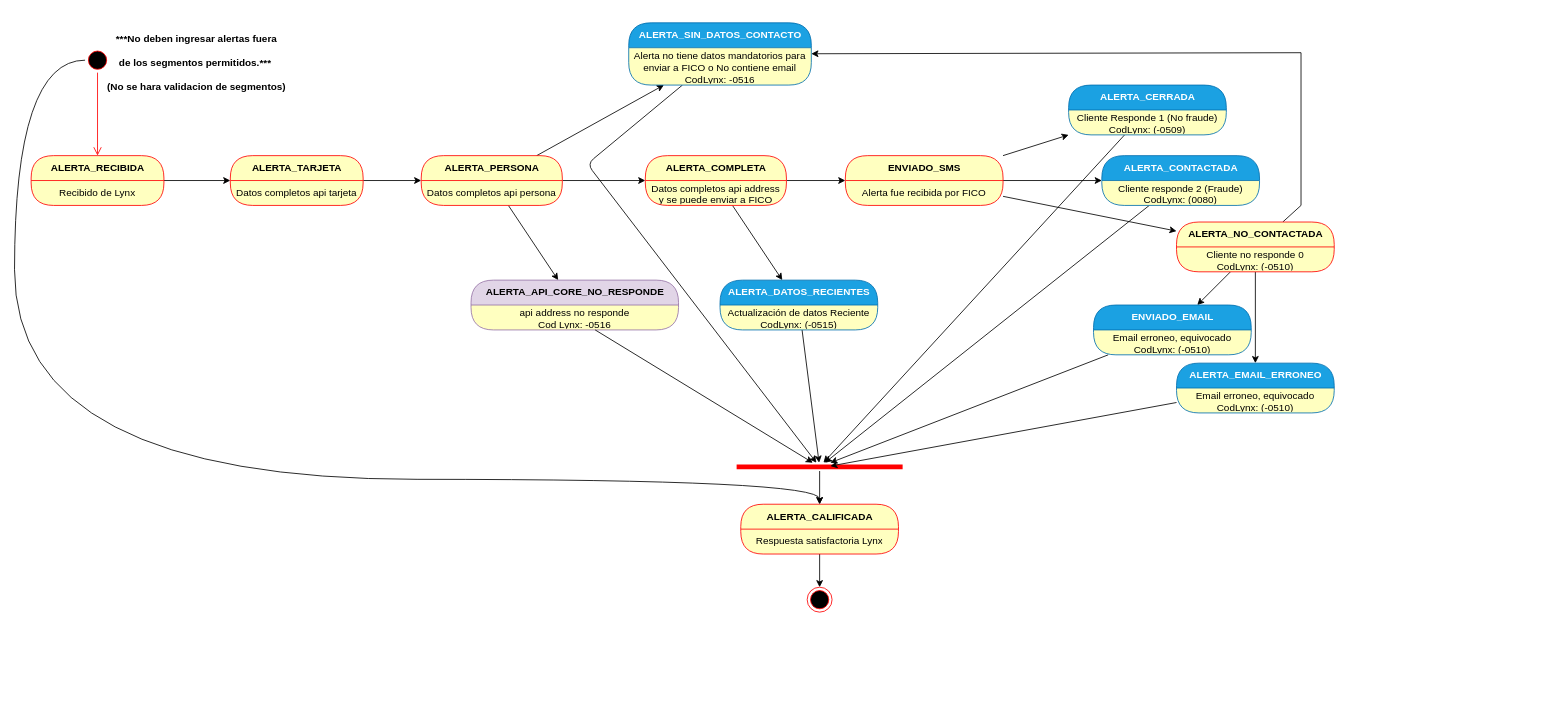
Before: EstadosLynx.drawio in zolymo/diagrams, a draw.io diagram. Source tidied: cells renumbered, new cells numbered last; positions are measured from the earlier drawing's top-left corner, leaving out a move shared by most shapes. Both pictures are drawn from the tidied source at 83%, with x=0, y=0 at pixel (14, 14).
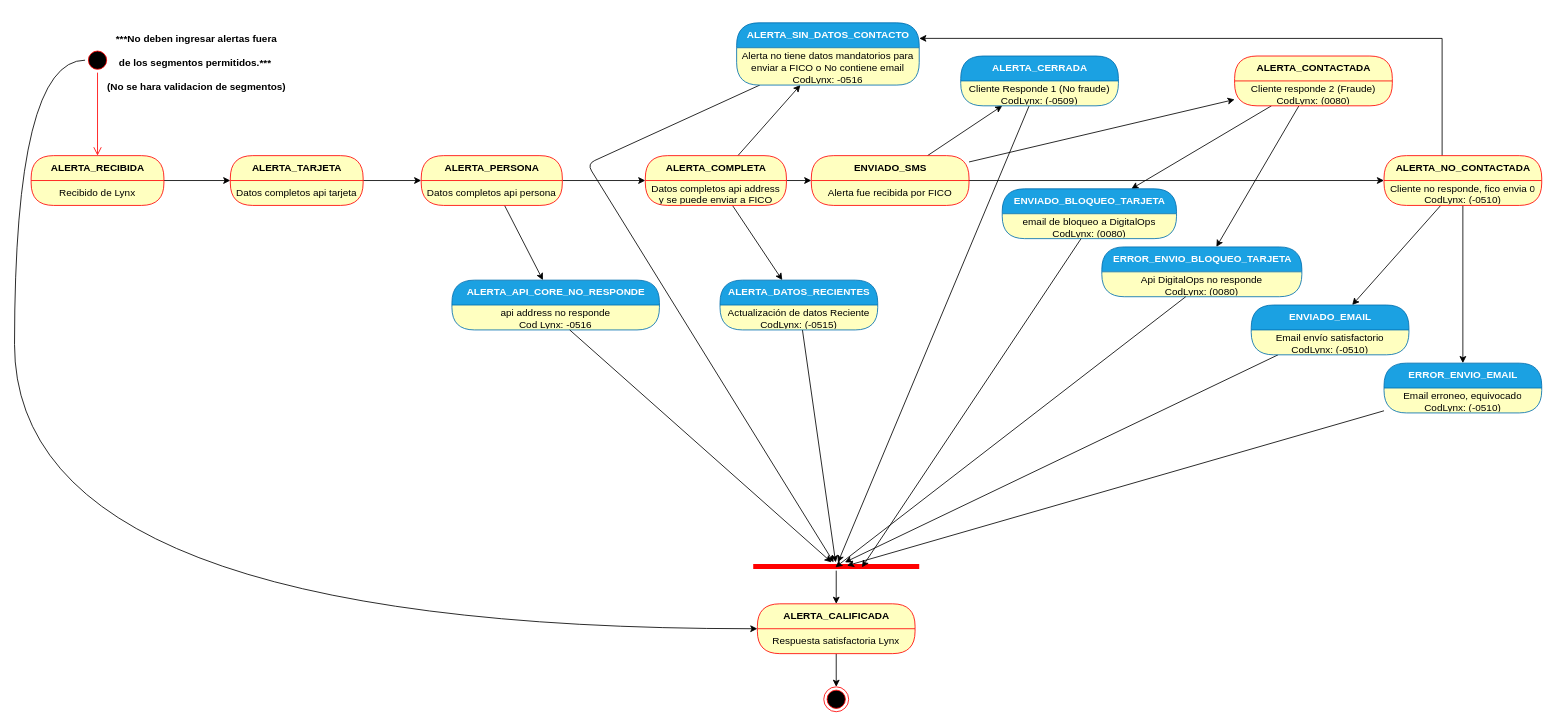
Above is the later version.

Unchanged cells that the change refers to:
```xml
<mxCell id="15" value="ALERTA_PERSONA" style="swimlane;html=1;fontStyle=1;align=center;verticalAlign=middle;horizontal=1;startSize=30;fontColor=#000000;rounded=1;arcSize=30;strokeColor=#ff0000;fillColor=#ffffc0;swimlaneFillColor=#ffffc0;" parent="1" vertex="1">
  <mxGeometry x="490" y="170" width="170" height="60" as="geometry" />
</mxCell>
<mxCell id="19" value="ALERTA_COMPLETA" style="swimlane;html=1;fontStyle=1;align=center;verticalAlign=middle;horizontal=1;startSize=30;fontColor=#000000;rounded=1;arcSize=30;strokeColor=#ff0000;fillColor=#ffffc0;swimlaneFillColor=#ffffc0;" parent="1" vertex="1">
  <mxGeometry x="760" y="170" width="170" height="60" as="geometry" />
</mxCell>
<mxCell id="52" style="ellipse;html=1;shape=startState;fillColor=#000000;strokeColor=#ff0000;" parent="1" vertex="1">
  <mxGeometry x="85" y="40" width="30" height="30" as="geometry" />
</mxCell>
```

Diff of the diagram source:
```diff
@@
-    <mxCell id="2" style="rounded=1;jettySize=auto;html=1;" parent="1" edge="1" source="36" target="48">
-      <mxGeometry relative="1" as="geometry" />
-    </mxCell>
@@
-    <mxCell id="14" style="edgeStyle=none;rounded=0;jettySize=auto;html=1;" parent="1" edge="1" source="15" target="23">
+    <mxCell id="14" style="edgeStyle=none;rounded=0;jettySize=auto;html=1;" parent="1" edge="1" source="19" target="23">
       <mxGeometry relative="1" as="geometry" />
     </mxCell>
@@
-    <mxCell id="21" value="ALERTA_API_CORE_NO_RESPONDE" style="swimlane;html=1;fontStyle=1;align=center;verticalAlign=middle;horizontal=1;startSize=30;rounded=1;arcSize=30;strokeColor=#9673a6;fillColor=#e1d5e7;swimlaneFillColor=#ffffc0;" parent="1" vertex="1">
-      <mxGeometry x="550" y="320" width="250" height="60" as="geometry" />
+    <mxCell id="21" value="ALERTA_API_CORE_NO_RESPONDE" style="swimlane;html=1;fontStyle=1;align=center;verticalAlign=middle;horizontal=1;startSize=30;rounded=1;arcSize=30;strokeColor=#006EAF;fillColor=#1ba1e2;swimlaneFillColor=#ffffc0;fontColor=#ffffff;" parent="1" vertex="1">
+      <mxGeometry x="527" y="320" width="250" height="60" as="geometry" />
     </mxCell>
@@
     <mxCell id="23" value="ALERTA_SIN_DATOS_CONTACTO" style="swimlane;html=1;fontStyle=1;align=center;verticalAlign=middle;horizontal=1;startSize=30;fontColor=#ffffff;rounded=1;arcSize=30;strokeColor=#006EAF;fillColor=#1ba1e2;swimlaneFillColor=#ffffc0;" parent="1" vertex="1">
-      <mxGeometry x="740" y="10" width="220" height="75" as="geometry" />
+      <mxGeometry x="870" y="10" width="220" height="75" as="geometry" />
     </mxCell>
@@
-    <mxCell id="31" value="ENVIADO_SMS" style="swimlane;html=1;fontStyle=1;align=center;verticalAlign=middle;horizontal=1;startSize=30;fontColor=#000000;rounded=1;arcSize=30;strokeColor=#ff0000;fillColor=#ffffc0;swimlaneFillColor=#ffffc0;" parent="1" vertex="1">
-      <mxGeometry x="1001" y="170" width="190" height="60" as="geometry" />
+    <mxCell id="31" value="ENVIADO_SMS" style="swimlane;html=1;fontStyle=1;align=center;verticalAlign=middle;horizontal=1;startSize=30;fontColor=#000000;rounded=1;arcSize=30;strokeColor=#ff0000;swimlaneFillColor=#ffffc0;fillColor=#FFFFC0;" parent="1" vertex="1">
+      <mxGeometry x="960" y="170" width="190" height="60" as="geometry" />
     </mxCell>
@@
     <mxCell id="34" value="ALERTA_CERRADA" style="swimlane;html=1;fontStyle=1;align=center;verticalAlign=middle;horizontal=1;startSize=30;fontColor=#ffffff;rounded=1;arcSize=30;strokeColor=#006EAF;fillColor=#1ba1e2;swimlaneFillColor=#ffffc0;" parent="1" vertex="1">
-      <mxGeometry x="1270" y="85" width="190" height="60" as="geometry" />
+      <mxGeometry x="1140" y="50" width="190" height="60" as="geometry" />
     </mxCell>
@@
+    <mxCell id="60" style="rounded=0;jettySize=auto;html=1;" parent="1" edge="1" source="36" target="62">
+      <mxGeometry relative="1" as="geometry" />
+    </mxCell>
+    <mxCell id="61" style="edgeStyle=none;rounded=0;jettySize=auto;html=1;" parent="1" edge="1" source="36" target="65">
+      <mxGeometry relative="1" as="geometry" />
+    </mxCell>
-    <mxCell id="36" value="ALERTA_CONTACTADA" style="swimlane;html=1;fontStyle=1;align=center;verticalAlign=middle;horizontal=1;startSize=30;fontColor=#ffffff;rounded=1;arcSize=30;strokeColor=#006EAF;fillColor=#1ba1e2;swimlaneFillColor=#ffffc0;" parent="1" vertex="1">
-      <mxGeometry x="1310" y="170" width="190" height="60" as="geometry" />
+    <mxCell id="36" value="&lt;font color=&quot;#000000&quot;&gt;ALERTA_CONTACTADA&lt;/font&gt;" style="swimlane;html=1;fontStyle=1;align=center;verticalAlign=middle;horizontal=1;startSize=30;fontColor=#ffffff;rounded=1;arcSize=30;swimlaneFillColor=#ffffc0;fillColor=#FFFFC0;strokeColor=#FF0000;" parent="1" vertex="1">
+      <mxGeometry x="1470" y="50" width="190" height="60" as="geometry" />
     </mxCell>
@@
-    <mxCell id="39" style="edgeStyle=none;rounded=0;jettySize=auto;html=1;" parent="1" edge="1" source="42" target="23">
-      <mxGeometry relative="1" as="geometry">
-        <Array as="points">
-          <mxPoint x="1550" y="230" />
-          <mxPoint x="1550" y="46" />
-        </Array>
-      </mxGeometry>
-    </mxCell>
@@
+    <mxCell id="39" style="edgeStyle=orthogonalEdgeStyle;rounded=0;jettySize=auto;html=1;entryX=1;entryY=0.25;entryDx=0;entryDy=0;" parent="1" edge="1" source="42" target="23">
+      <mxGeometry relative="1" as="geometry">
+        <Array as="points">
+          <mxPoint x="1720" y="29" />
+        </Array>
+      </mxGeometry>
+    </mxCell>
     <mxCell id="42" value="&lt;font color=&quot;#000000&quot;&gt;ALERTA_NO_CONTACTADA&lt;/font&gt;" style="swimlane;html=1;fontStyle=1;align=center;verticalAlign=middle;horizontal=1;startSize=30;fontColor=#ffffff;rounded=1;arcSize=30;swimlaneFillColor=#ffffc0;fillColor=#FFFFC0;strokeColor=#FF0000;" parent="1" vertex="1">
-      <mxGeometry x="1400" y="250" width="190" height="60" as="geometry" />
+      <mxGeometry x="1650" y="170" width="190" height="60" as="geometry" />
     </mxCell>
-    <mxCell id="43" value="Cliente no responde 0&lt;br&gt;CodLynx:&amp;nbsp;(-0510)" style="text;html=1;strokeColor=none;fillColor=none;align=center;verticalAlign=middle;spacingLeft=4;spacingRight=4;whiteSpace=wrap;overflow=hidden;fontColor=#000000;" parent="42" vertex="1">
+    <mxCell id="43" value="Cliente no responde, fico envia 0&lt;br&gt;CodLynx:&amp;nbsp;(-0510)" style="text;html=1;strokeColor=none;fillColor=none;align=center;verticalAlign=middle;spacingLeft=4;spacingRight=4;whiteSpace=wrap;overflow=hidden;fontColor=#000000;" parent="42" vertex="1">
       <mxGeometry y="30" width="190" height="30" as="geometry" />
     </mxCell>
@@
     <mxCell id="45" value="ALERTA_CALIFICADA" style="swimlane;html=1;fontStyle=1;align=center;verticalAlign=middle;horizontal=1;startSize=30;fontColor=#000000;rounded=1;arcSize=30;strokeColor=#ff0000;fillColor=#ffffc0;swimlaneFillColor=#ffffc0;" parent="1" vertex="1">
-      <mxGeometry x="875" y="590" width="190" height="60" as="geometry" />
+      <mxGeometry x="895" y="710" width="190" height="60" as="geometry" />
     </mxCell>
@@
     <mxCell id="48" style="shape=line;html=1;strokeWidth=6;strokeColor=#ff0000;" parent="1" vertex="1">
-      <mxGeometry x="870" y="540" width="200" height="10" as="geometry" />
+      <mxGeometry x="890" y="660" width="200" height="10" as="geometry" />
     </mxCell>
@@
     <mxCell id="50" style="ellipse;html=1;shape=endState;fillColor=#000000;strokeColor=#ff0000;" parent="1" vertex="1">
-      <mxGeometry x="955" y="690" width="30" height="30" as="geometry" />
+      <mxGeometry x="975" y="810" width="30" height="30" as="geometry" />
     </mxCell>
     <mxCell id="51" style="edgeStyle=orthogonalEdgeStyle;rounded=0;jettySize=auto;html=1;curved=1;" parent="1" edge="1" source="52" target="45">
       <mxGeometry relative="1" as="geometry">
         <Array as="points">
           <mxPoint y="55" />
-          <mxPoint y="560" />
-          <mxPoint x="970" y="560" />
+          <mxPoint y="740" />
         </Array>
       </mxGeometry>
     </mxCell>
@@
-    <mxCell id="56" value="ALERTA_EMAIL_ERRONEO" style="swimlane;html=1;fontStyle=1;align=center;verticalAlign=middle;horizontal=1;startSize=30;rounded=1;arcSize=30;strokeColor=#006EAF;fillColor=#1ba1e2;swimlaneFillColor=#ffffc0;fontColor=#ffffff;" parent="1" vertex="1">
-      <mxGeometry x="1400" y="420" width="190" height="60" as="geometry" />
+    <mxCell id="56" value="ERROR_ENVIO_EMAIL" style="swimlane;html=1;fontStyle=1;align=center;verticalAlign=middle;horizontal=1;startSize=30;rounded=1;arcSize=30;strokeColor=#006EAF;fillColor=#1ba1e2;swimlaneFillColor=#ffffc0;fontColor=#ffffff;" parent="1" vertex="1">
+      <mxGeometry x="1650" y="420" width="190" height="60" as="geometry" />
     </mxCell>
@@
     <mxCell id="58" value="ENVIADO_EMAIL" style="swimlane;html=1;fontStyle=1;align=center;verticalAlign=middle;horizontal=1;startSize=30;rounded=1;arcSize=30;strokeColor=#006EAF;fillColor=#1ba1e2;swimlaneFillColor=#ffffc0;fontColor=#ffffff;" parent="1" vertex="1">
-      <mxGeometry x="1300" y="350" width="190" height="60" as="geometry" />
+      <mxGeometry x="1490" y="350" width="190" height="60" as="geometry" />
     </mxCell>
-    <mxCell id="59" value="Email erroneo, equivocado&lt;br&gt;CodLynx:&amp;nbsp;(-0510)" style="text;html=1;strokeColor=none;fillColor=none;align=center;verticalAlign=middle;spacingLeft=4;spacingRight=4;whiteSpace=wrap;overflow=hidden;fontColor=#000000;" parent="58" vertex="1">
+    <mxCell id="59" value="Email envío satisfactorio&lt;br&gt;CodLynx:&amp;nbsp;(-0510)" style="text;html=1;strokeColor=none;fillColor=none;align=center;verticalAlign=middle;spacingLeft=4;spacingRight=4;whiteSpace=wrap;overflow=hidden;fontColor=#000000;" parent="58" vertex="1">
       <mxGeometry y="30" width="190" height="30" as="geometry" />
     </mxCell>
+    <mxCell id="62" value="ENVIADO_BLOQUEO_TARJETA" style="swimlane;html=1;fontStyle=1;align=center;verticalAlign=middle;horizontal=1;startSize=30;fontColor=#ffffff;rounded=1;arcSize=30;strokeColor=#006EAF;fillColor=#1ba1e2;swimlaneFillColor=#ffffc0;" parent="1" vertex="1">
+      <mxGeometry x="1190" y="210" width="210" height="60" as="geometry" />
+    </mxCell>
+    <mxCell id="63" value="email de bloqueo a DigitalOps&lt;br&gt;CodLynx:&amp;nbsp;(0080)" style="text;html=1;strokeColor=none;fillColor=none;align=center;verticalAlign=middle;spacingLeft=4;spacingRight=4;whiteSpace=wrap;overflow=hidden;fontColor=#000000;" parent="62" vertex="1">
+      <mxGeometry y="30" width="210" height="30" as="geometry" />
+    </mxCell>
+    <mxCell id="64" style="rounded=0;jettySize=auto;html=1;entryX=0.655;entryY=0.6;entryDx=0;entryDy=0;entryPerimeter=0;" parent="1" edge="1" source="63" target="48">
+      <mxGeometry relative="1" as="geometry" />
+    </mxCell>
+    <mxCell id="65" value="ERROR_ENVIO_BLOQUEO_TARJETA" style="swimlane;html=1;fontStyle=1;align=center;verticalAlign=middle;horizontal=1;startSize=30;fontColor=#ffffff;rounded=1;arcSize=30;strokeColor=#006EAF;fillColor=#1ba1e2;swimlaneFillColor=#ffffc0;" parent="1" vertex="1">
+      <mxGeometry x="1310" y="280" width="241" height="60" as="geometry" />
+    </mxCell>
+    <mxCell id="66" value="Api DigitalOps no responde&lt;br&gt;CodLynx:&amp;nbsp;(0080)" style="text;html=1;strokeColor=none;fillColor=none;align=center;verticalAlign=middle;spacingLeft=4;spacingRight=4;whiteSpace=wrap;overflow=hidden;fontColor=#000000;" parent="65" vertex="1">
+      <mxGeometry y="30" width="241" height="30" as="geometry" />
+    </mxCell>
+    <mxCell id="67" style="edgeStyle=none;rounded=0;jettySize=auto;html=1;entryX=0.495;entryY=0.6;entryDx=0;entryDy=0;entryPerimeter=0;" parent="1" edge="1" source="66" target="48">
+      <mxGeometry relative="1" as="geometry" />
+    </mxCell>
```
